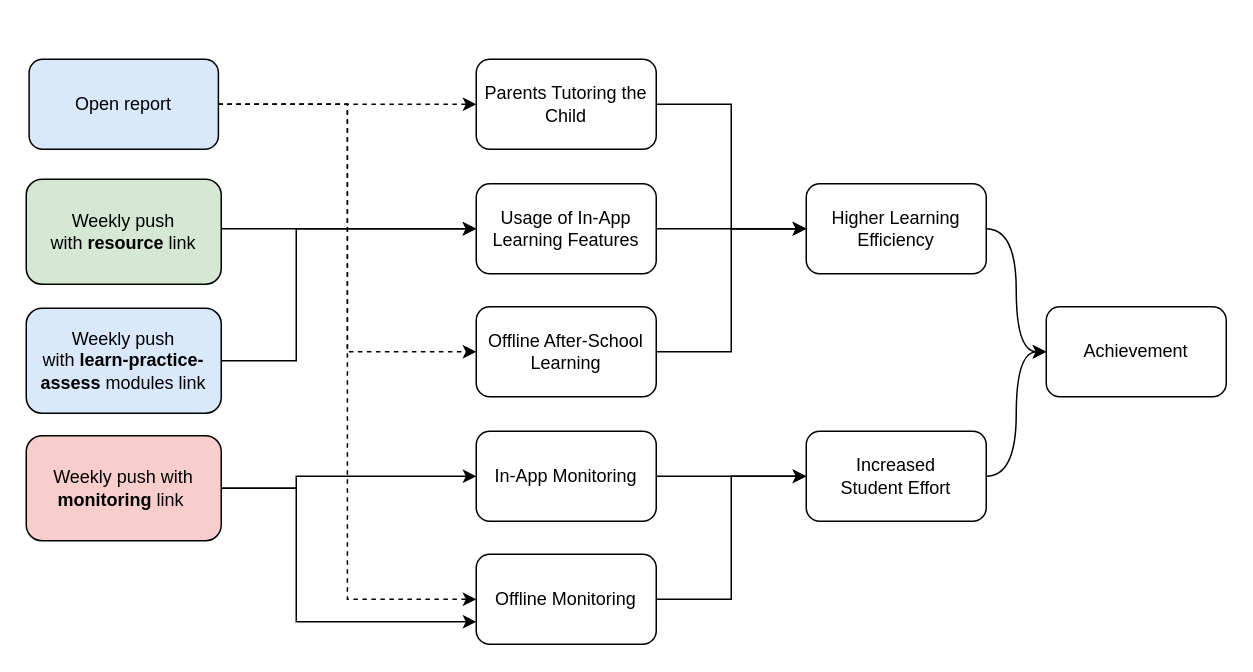
This is parent_nudge_mechanism.drawio from henrishi/drawio, a draw.io file, before an edit. Source tidied: cells renumbered, new cells numbered last; positions are measured from the earlier drawing's top-left corner, leaving out a move shared by most shapes. Both pictures are drawn from the tidied source at 150%, with x=0, y=0 at pixel (26, 58).
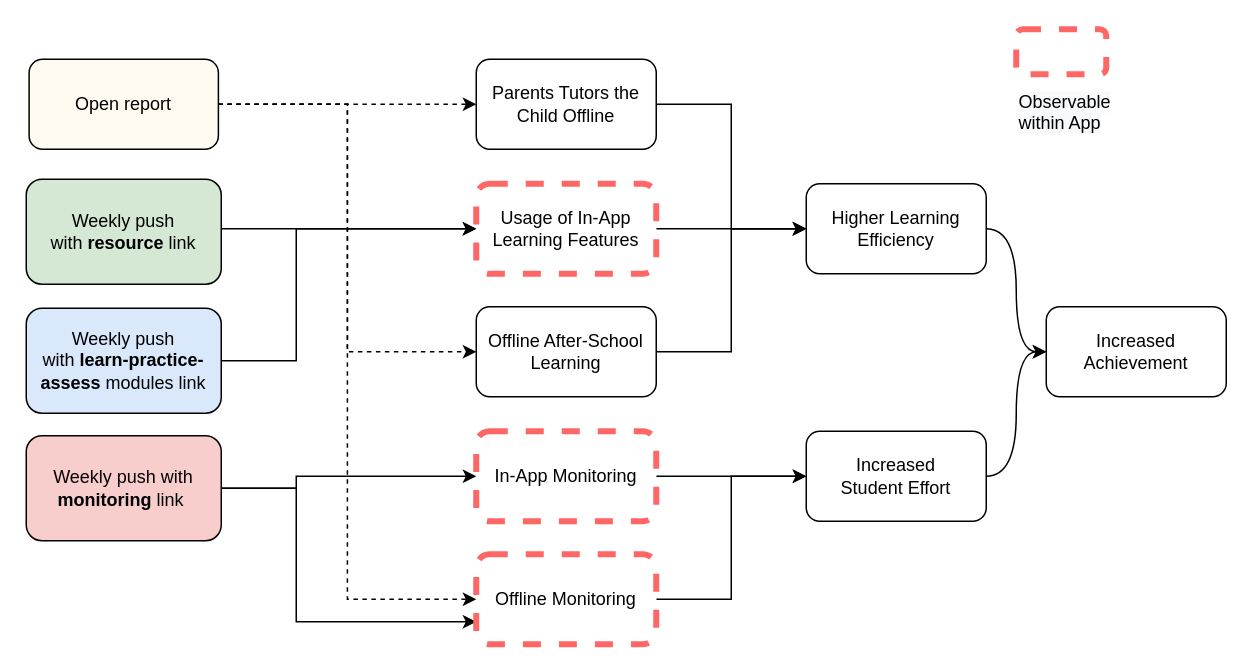
Above is the later version.

Diff of the diagram source:
```diff
@@
-    <mxCell id="5" value="Open report" style="rounded=1;whiteSpace=wrap;html=1;fillColor=#dae8fc;strokeWidth=1;" parent="1" vertex="1">
+    <mxCell id="5" value="Open report" style="rounded=1;whiteSpace=wrap;html=1;strokeWidth=1;fillColor=#FFFBF0;" parent="1" vertex="1">
       <mxGeometry x="1.9" width="126.2" height="60" as="geometry" />
     </mxCell>
@@
-    <mxCell id="12" value="In-App Monitoring" style="rounded=1;whiteSpace=wrap;html=1;" parent="1" vertex="1">
+    <mxCell id="12" value="In-App Monitoring" style="rounded=1;whiteSpace=wrap;html=1;dashed=1;strokeWidth=4;strokeColor=#FF6666;" parent="1" vertex="1">
       <mxGeometry x="300" y="248" width="120" height="60" as="geometry" />
     </mxCell>
@@
-    <mxCell id="14" value="Offline Monitoring" style="rounded=1;whiteSpace=wrap;html=1;" parent="1" vertex="1">
+    <mxCell id="14" value="Offline Monitoring" style="rounded=1;whiteSpace=wrap;html=1;dashed=1;strokeWidth=4;strokeColor=#FF6666;" parent="1" vertex="1">
       <mxGeometry x="300" y="330" width="120" height="60" as="geometry" />
     </mxCell>
@@
-    <mxCell id="16" value="Parents Tutoring the Child" style="rounded=1;whiteSpace=wrap;html=1;" parent="1" vertex="1">
+    <mxCell id="16" value="Parents Tutors the Child Offline" style="rounded=1;whiteSpace=wrap;html=1;" parent="1" vertex="1">
       <mxGeometry x="300" width="120" height="60" as="geometry" />
     </mxCell>
@@
-    <mxCell id="18" value="Usage of In-App Learning Features" style="rounded=1;whiteSpace=wrap;html=1;" parent="1" vertex="1">
+    <mxCell id="18" value="Usage of In-App Learning Features" style="rounded=1;whiteSpace=wrap;html=1;dashed=1;strokeWidth=4;strokeColor=#FF6666;" parent="1" vertex="1">
       <mxGeometry x="300" y="83" width="120" height="60" as="geometry" />
     </mxCell>
@@
-    <mxCell id="27" value="Achievement" style="rounded=1;whiteSpace=wrap;html=1;" parent="1" vertex="1">
+    <mxCell id="27" value="Increased Achievement" style="rounded=1;whiteSpace=wrap;html=1;" parent="1" vertex="1">
       <mxGeometry x="680" y="165" width="120" height="60" as="geometry" />
     </mxCell>
+    <mxCell id="28" style="rounded=1;whiteSpace=wrap;html=1;dashed=1;strokeWidth=4;strokeColor=#FF6666;" parent="1" vertex="1">
+      <mxGeometry x="660" y="-20" width="60" height="30" as="geometry" />
+    </mxCell>
+    <mxCell id="29" value="&lt;span style=&quot;color: rgb(0 , 0 , 0) ; font-family: &amp;#34;helvetica&amp;#34; ; font-size: 12px ; font-style: normal ; font-weight: 400 ; letter-spacing: normal ; text-align: center ; text-indent: 0px ; text-transform: none ; word-spacing: 0px ; background-color: rgb(248 , 249 , 250) ; display: inline ; float: none&quot;&gt;Observable within App&lt;/span&gt;" style="text;whiteSpace=wrap;html=1;" parent="1" vertex="1">
+      <mxGeometry x="660" y="15" width="90" height="30" as="geometry" />
+    </mxCell>
```
